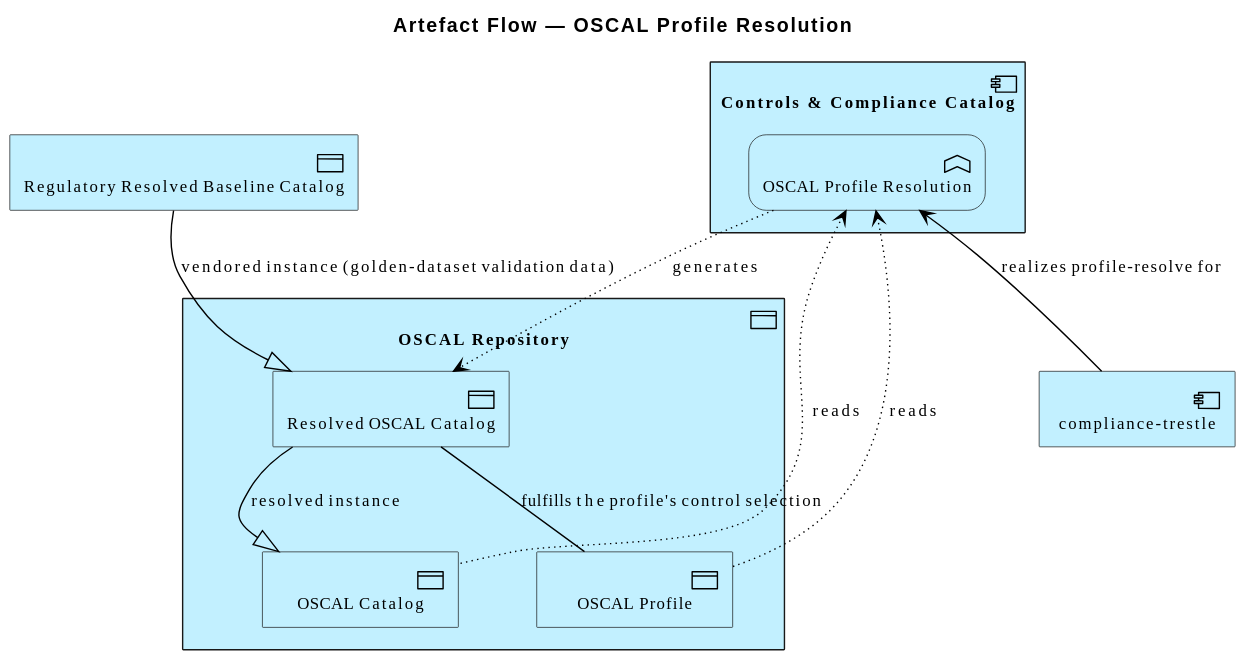
Before: architecture/model/diagrams/application/artefact-oscal-resolve.svg, a diagram exported from PlantUML (wolffy-au/frictionless-architect). Source of this version:
```plantuml
@startuml
!include <archimate/Archimate>

title Artefact Flow — OSCAL Profile Resolution

Application_Component(e_ide4bef3733af65a, "Controls & Compliance Catalog") {
  Application_Function(e_id9395f0bc80c955, "OSCAL Profile Resolution")
}
Application_DataObject(e_idb18c37abc9ff51, "OSCAL Repository") {
  Application_DataObject(e_idddf65887d53f57, "OSCAL Catalog")
  Application_DataObject(e_id9659a679544058, "OSCAL Profile")
  Application_DataObject(e_id0bcf03d5bb0d58, "Resolved OSCAL Catalog")
}
Application_Component(e_id0aed952692a556, "compliance-trestle")
Application_DataObject(e_ide0d2eafd1b6957, "Regulatory Resolved Baseline Catalog")

Rel_Specialization(e_id0bcf03d5bb0d58, e_idddf65887d53f57, "resolved instance")
Rel_Association(e_id0bcf03d5bb0d58, e_id9659a679544058, "fulfills the profile's control selection")
Rel_Specialization(e_ide0d2eafd1b6957, e_id0bcf03d5bb0d58, "vendored instance (golden-dataset validation data)")
Rel_Serving_Up(e_id0aed952692a556, e_id9395f0bc80c955, "realizes profile-resolve for")
Rel_Access_r(e_id9395f0bc80c955, e_idddf65887d53f57, "reads")
Rel_Access_r(e_id9395f0bc80c955, e_id9659a679544058, "reads")
Rel_Access_w(e_id9395f0bc80c955, e_id0bcf03d5bb0d58, "generates")
@enduml
```
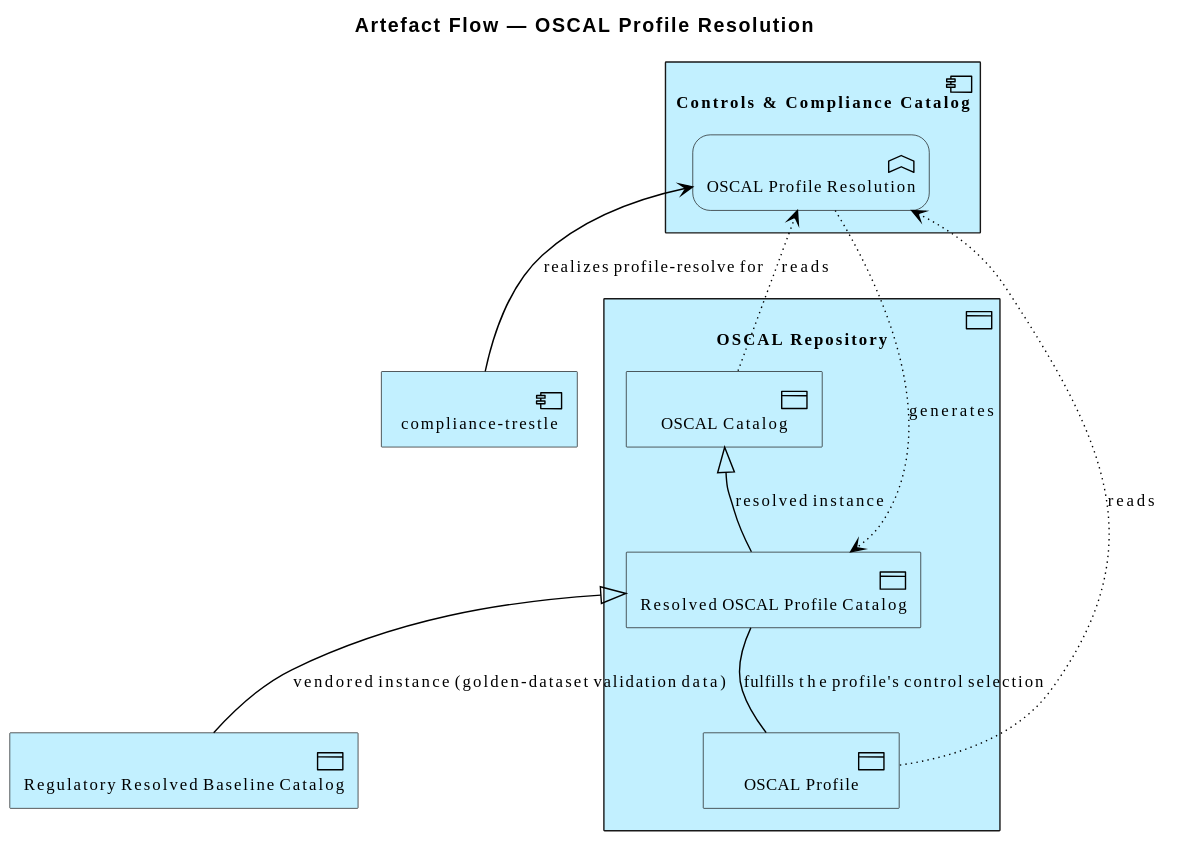
After the change.

Diff of the diagram source:
```diff
@@ -9,14 +9,14 @@
 Application_DataObject(e_idb18c37abc9ff51, "OSCAL Repository") {
   Application_DataObject(e_idddf65887d53f57, "OSCAL Catalog")
   Application_DataObject(e_id9659a679544058, "OSCAL Profile")
-  Application_DataObject(e_id0bcf03d5bb0d58, "Resolved OSCAL Catalog")
+  Application_DataObject(e_id0bcf03d5bb0d58, "Resolved OSCAL Profile Catalog")
 }
 Application_Component(e_id0aed952692a556, "compliance-trestle")
 Application_DataObject(e_ide0d2eafd1b6957, "Regulatory Resolved Baseline Catalog")
 
-Rel_Specialization(e_id0bcf03d5bb0d58, e_idddf65887d53f57, "resolved instance")
+Rel_Specialization_Up(e_id0bcf03d5bb0d58, e_idddf65887d53f57, "resolved instance")
 Rel_Association(e_id0bcf03d5bb0d58, e_id9659a679544058, "fulfills the profile's control selection")
-Rel_Specialization(e_ide0d2eafd1b6957, e_id0bcf03d5bb0d58, "vendored instance (golden-dataset validation data)")
+Rel_Specialization_Up(e_ide0d2eafd1b6957, e_id0bcf03d5bb0d58, "vendored instance (golden-dataset validation data)")
 Rel_Serving_Up(e_id0aed952692a556, e_id9395f0bc80c955, "realizes profile-resolve for")
 Rel_Access_r(e_id9395f0bc80c955, e_idddf65887d53f57, "reads")
 Rel_Access_r(e_id9395f0bc80c955, e_id9659a679544058, "reads")
```
